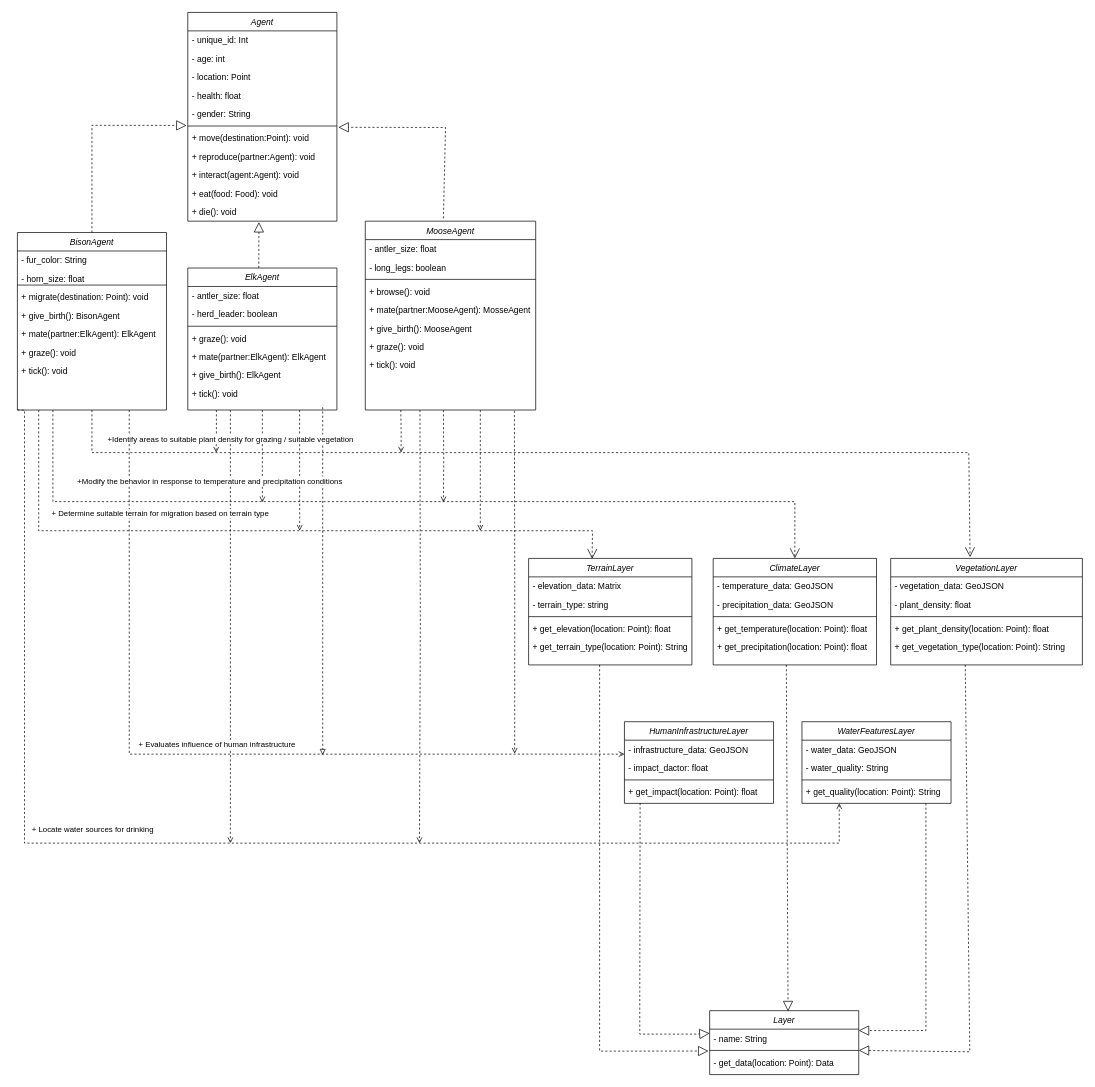
Red-Sigma/proj-ki-geo keeps this draw.io diagram as design/elk_islan_np.drawio. Above is the earlier version. Source tidied: cells renumbered, new cells numbered last; positions are measured from the earlier drawing's top-left corner, leaving out a move shared by most shapes. Both pictures are drawn from the tidied source at 71%, with x=0, y=0 at pixel (17, 12).
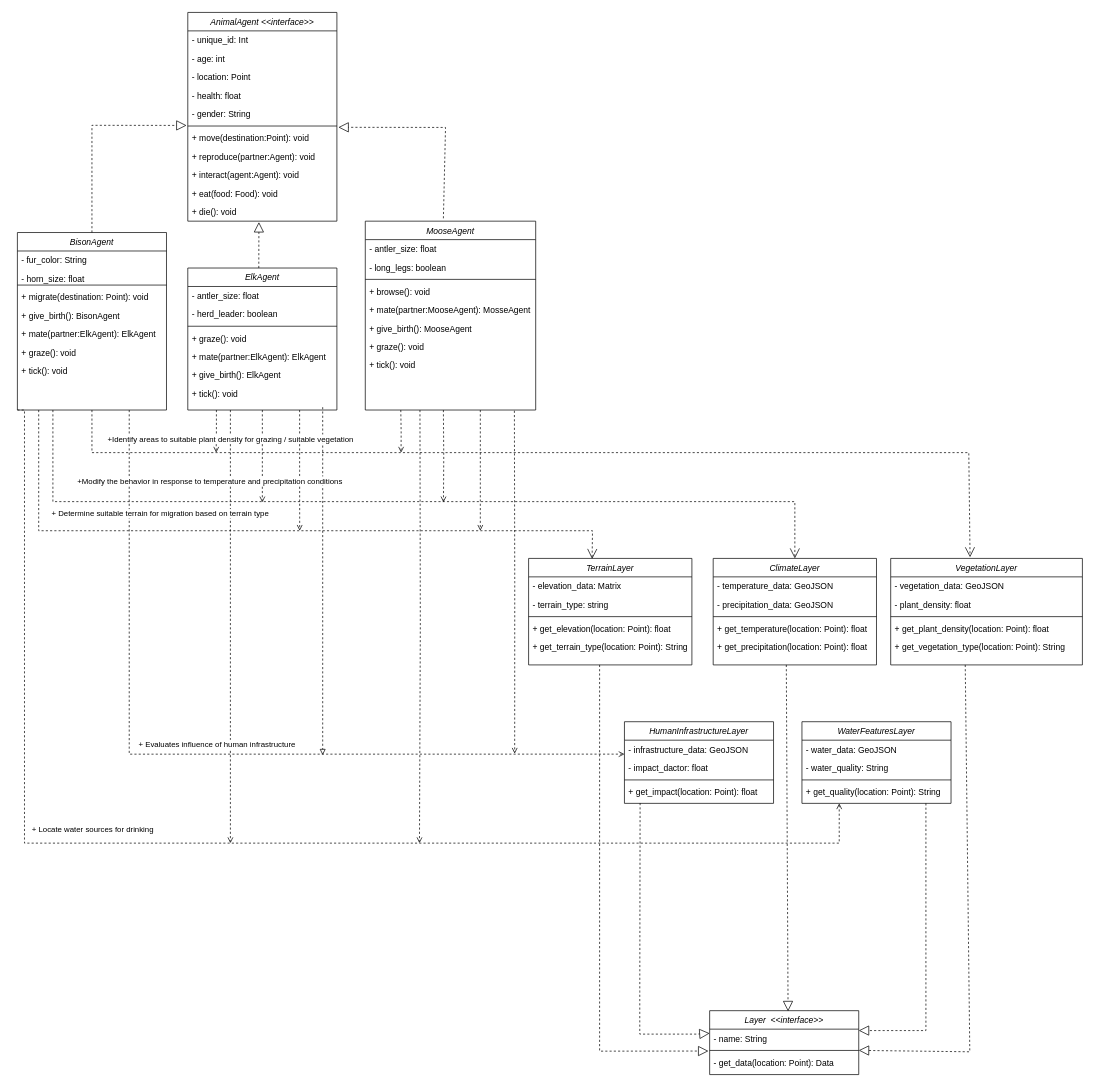
Above is the later version.

Diff of the diagram source:
```diff
@@
-    <mxCell id="13" value="Agent" style="swimlane;fontStyle=2;align=center;verticalAlign=top;horizontal=1;startSize=26;rounded=0;shadow=0;strokeWidth=1;" parent="1" vertex="1">
+    <mxCell id="13" value="AnimalAgent &lt;&lt;interface&gt;&gt;" style="swimlane;fontStyle=2;align=center;verticalAlign=top;horizontal=1;startSize=26;rounded=0;shadow=0;strokeWidth=1;" parent="1" vertex="1">
       <mxGeometry x="240" width="210" height="294" as="geometry" />
     </mxCell>
@@
-    <mxCell id="61" value="Layer" style="swimlane;fontStyle=2;align=center;verticalAlign=top;horizontal=1;startSize=26;rounded=0;shadow=0;strokeWidth=1;" parent="1" vertex="1">
+    <mxCell id="61" value="Layer  &lt;&lt;interface&gt;&gt;" style="swimlane;fontStyle=2;align=center;verticalAlign=top;horizontal=1;startSize=26;rounded=0;shadow=0;strokeWidth=1;" parent="1" vertex="1">
       <mxGeometry x="975" y="1406" width="210" height="90" as="geometry" />
     </mxCell>
```
